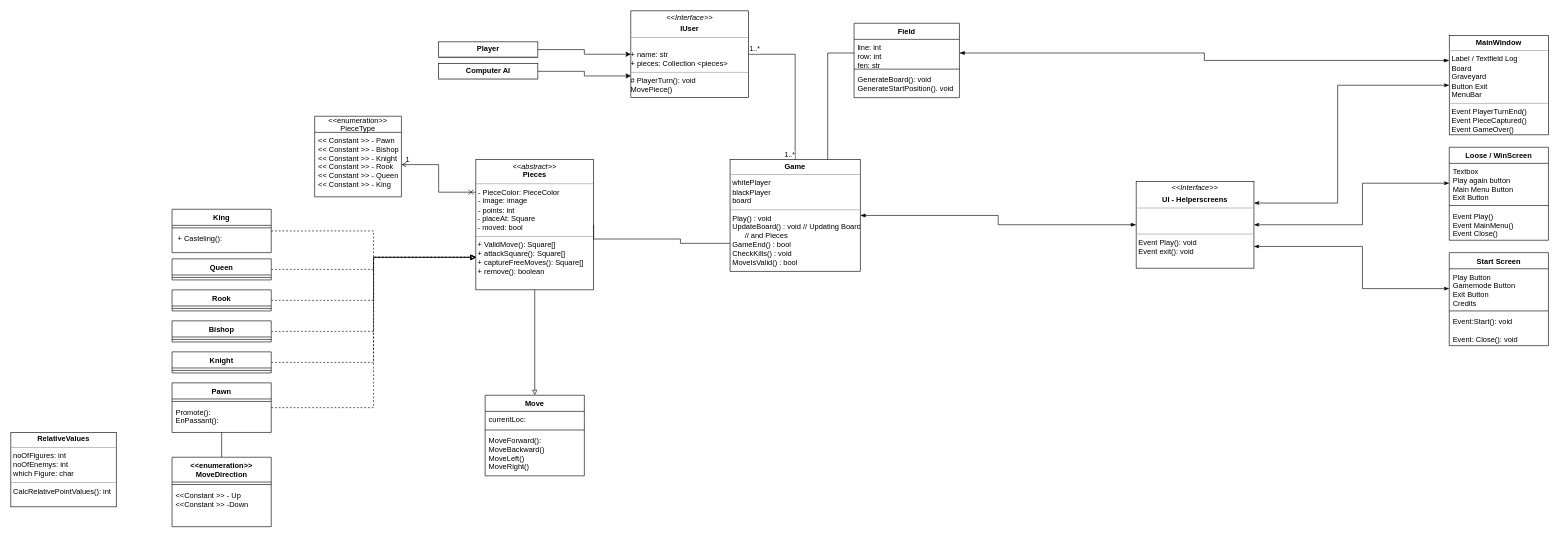
Above: Docs/Unbenanntes Diagramm.drawio in Bl8nk20/Chess (draw.io), before the change. Source tidied: cells renumbered, new cells numbered last; positions are measured from the earlier drawing's top-left corner, leaving out a move shared by most shapes. Both pictures are drawn from the tidied source at 62%, with x=0, y=0 at pixel (11, 11).
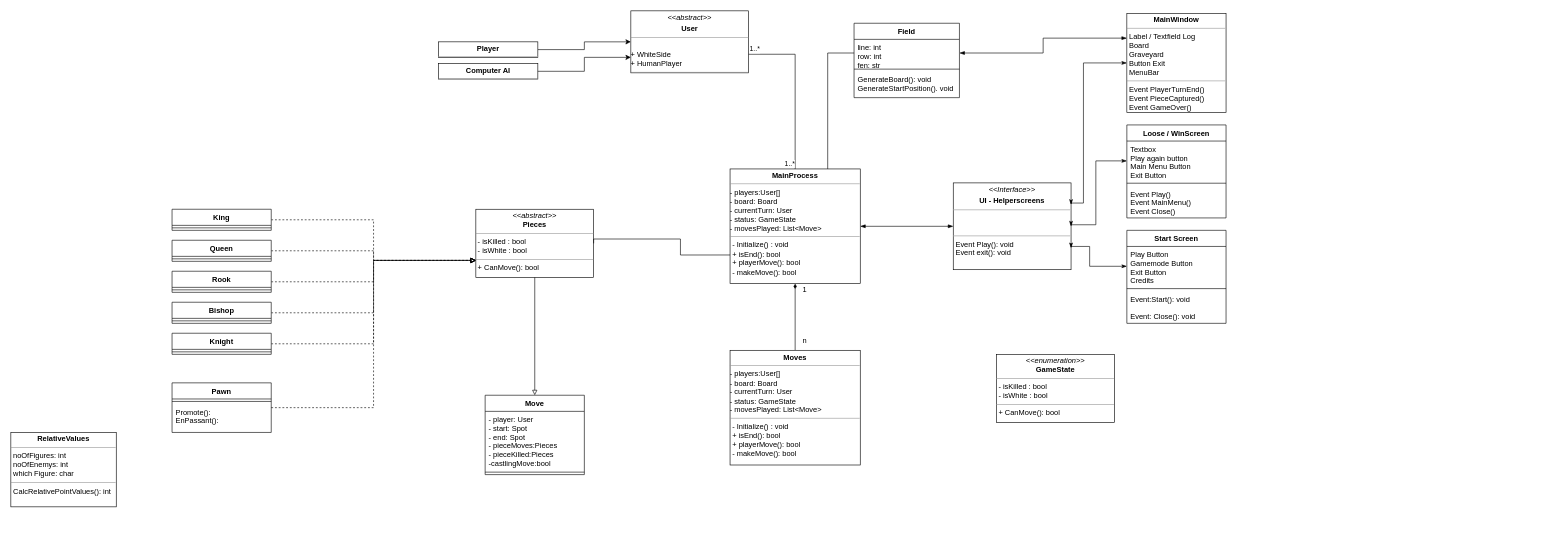
After the change.

The change refers to these unchanged cells:
```xml
<mxCell id="24" value="Pawn" style="swimlane;fontStyle=1;align=center;verticalAlign=top;horizontal=1;startSize=26;" parent="1" vertex="1">
  <mxGeometry x="260" y="600" width="160" height="80" as="geometry" />
</mxCell>
<mxCell id="44" value="Textbox&#10;Play again button&#10;Main Menu Button&#10;Exit Button&#10;" style="text;strokeColor=none;fillColor=none;align=left;verticalAlign=top;spacingLeft=4;spacingRight=4;overflow=hidden;points=[[0,0.5],[1,0.5]];portConstraint=eastwest;" parent="43" vertex="1">
  <mxGeometry y="26" width="160" height="64" as="geometry" />
</mxCell>
<mxCell id="48" value="Play Button&#10;Gamemode Button&#10;Exit Button&#10;Credits&#10;&#10;" style="text;strokeColor=none;fillColor=none;align=left;verticalAlign=top;spacingLeft=4;spacingRight=4;overflow=hidden;points=[[0,0.5],[1,0.5]];portConstraint=eastwest;" parent="47" vertex="1">
  <mxGeometry y="26" width="160" height="64" as="geometry" />
</mxCell>
```

What changed in the source:
```diff
@@
+    <mxCell id="68" style="edgeStyle=orthogonalEdgeStyle;rounded=0;jettySize=auto;html=1;entryX=0.5;entryY=0;entryDx=0;entryDy=0;startArrow=diamondThin;startFill=1;endArrow=none;endFill=0;" parent="1" edge="1" source="2" target="69">
+      <mxGeometry relative="1" as="geometry" />
+    </mxCell>
-    <mxCell id="2" value="&lt;p style=&quot;margin:0px;margin-top:4px;text-align:center;&quot;&gt;&lt;b&gt;Game&lt;/b&gt;&lt;br&gt;&lt;/p&gt;&lt;hr size=&quot;1&quot;&gt;&lt;p style=&quot;margin:0px;margin-left:4px;&quot;&gt;whitePlayer&lt;/p&gt;&lt;p style=&quot;margin:0px;margin-left:4px;&quot;&gt;blackPlayer&lt;/p&gt;&lt;p style=&quot;margin:0px;margin-left:4px;&quot;&gt;board&lt;/p&gt;&lt;hr size=&quot;1&quot;&gt;&lt;p style=&quot;margin:0px;margin-left:4px;&quot;&gt;Play() : void&lt;/p&gt;&lt;p style=&quot;margin:0px;margin-left:4px;&quot;&gt;UpdateBoard() : void // Updating Board &lt;br&gt;&lt;/p&gt;&lt;p style=&quot;margin:0px;margin-left:4px;&quot;&gt;&lt;span style=&quot;white-space: pre;&quot;&gt; &lt;/span&gt;&lt;span style=&quot;white-space: pre;&quot;&gt; &lt;/span&gt;&lt;span style=&quot;white-space: pre;&quot;&gt; &lt;/span&gt;&lt;span style=&quot;white-space: pre;&quot;&gt; &lt;/span&gt;&amp;nbsp; // and Pieces&lt;br&gt;&lt;/p&gt;&lt;p style=&quot;margin:0px;margin-left:4px;&quot;&gt;GameEnd() : bool&lt;/p&gt;&lt;p style=&quot;margin:0px;margin-left:4px;&quot;&gt;CheckKills() : void&lt;/p&gt;&lt;p style=&quot;margin:0px;margin-left:4px;&quot;&gt;MoveIsValid() : bool&lt;br&gt;&lt;/p&gt;" style="verticalAlign=top;align=left;overflow=fill;fontSize=12;fontFamily=Helvetica;html=1;" parent="1" vertex="1">
-      <mxGeometry x="1160" y="240" width="210" height="180" as="geometry" />
+    <mxCell id="2" value="&lt;p style=&quot;margin:0px;margin-top:4px;text-align:center;&quot;&gt;&lt;b&gt;MainProcess&lt;/b&gt;&lt;br&gt;&lt;/p&gt;&lt;hr size=&quot;1&quot;&gt;&lt;div&gt;- players:User[]&lt;/div&gt;&lt;div&gt;- board: Board&lt;/div&gt;&lt;div&gt;- currentTurn: User&lt;/div&gt;&lt;div&gt;- status: GameState&lt;/div&gt;&lt;div&gt;- movesPlayed: List&amp;lt;Move&amp;gt;&lt;br&gt;&lt;/div&gt;&lt;hr size=&quot;1&quot;&gt;&lt;p style=&quot;margin:0px;margin-left:4px;&quot;&gt;- Initialize() : void&lt;/p&gt;&lt;p style=&quot;margin:0px;margin-left:4px;&quot;&gt;+ isEnd(): bool&lt;/p&gt;&lt;p style=&quot;margin:0px;margin-left:4px;&quot;&gt;+ playerMove(): bool&lt;/p&gt;&lt;p style=&quot;margin:0px;margin-left:4px;&quot;&gt;- makeMove(): bool&lt;/p&gt;&lt;p style=&quot;margin:0px;margin-left:4px;&quot;&gt;&lt;br&gt;&lt;/p&gt;" style="verticalAlign=top;align=left;overflow=fill;fontSize=12;fontFamily=Helvetica;html=1;" parent="1" vertex="1">
+      <mxGeometry x="1160" y="255" width="210" height="185" as="geometry" />
     </mxCell>
@@
-    <mxCell id="4" style="edgeStyle=orthogonalEdgeStyle;rounded=0;jettySize=auto;html=1;exitX=0;exitY=0.25;exitDx=0;exitDy=0;entryX=1;entryY=0.5;entryDx=0;entryDy=0;startArrow=cross;startFill=0;endArrow=open;endFill=0;" parent="1" edge="1" source="5" target="63">
-      <mxGeometry relative="1" as="geometry" />
-    </mxCell>
-    <mxCell id="5" value="&lt;p style=&quot;margin:0px;margin-top:4px;text-align:center;&quot;&gt;&lt;i&gt;&amp;lt;&amp;lt;abstract&amp;gt;&amp;gt;&lt;/i&gt;&lt;br&gt;&lt;b&gt;Pieces&lt;/b&gt;&lt;br&gt;&lt;/p&gt;&lt;hr size=&quot;1&quot;&gt;&lt;p style=&quot;margin:0px;margin-left:4px;&quot;&gt;- PieceColor: PieceColor&lt;/p&gt;&lt;p style=&quot;margin:0px;margin-left:4px;&quot;&gt;- image: image&lt;/p&gt;&lt;p style=&quot;margin:0px;margin-left:4px;&quot;&gt;- points: int&lt;/p&gt;&lt;div&gt;&amp;nbsp;- placeAt: Square&lt;/div&gt;&lt;div&gt;&amp;nbsp;- moved: bool&lt;/div&gt;&lt;hr size=&quot;1&quot;&gt;&lt;div&gt;&amp;nbsp;+ ValidMove(): Square[]&lt;br&gt;&lt;/div&gt;&lt;div&gt;&amp;nbsp;+ attackSquare(): Square[]&lt;br&gt;&lt;/div&gt;&lt;div&gt;&amp;nbsp;+ captureFreeMoves(): Square[]&lt;/div&gt;&lt;div&gt;&amp;nbsp;+ remove(): boolean&lt;br&gt;&lt;/div&gt;" style="verticalAlign=top;align=left;overflow=fill;fontSize=12;fontFamily=Helvetica;html=1;" parent="1" vertex="1">
-      <mxGeometry x="750" y="240" width="190" height="210" as="geometry" />
+    <mxCell id="5" value="&lt;p style=&quot;margin:0px;margin-top:4px;text-align:center;&quot;&gt;&lt;i&gt;&amp;lt;&amp;lt;abstract&amp;gt;&amp;gt;&lt;/i&gt;&lt;br&gt;&lt;b&gt;Pieces&lt;/b&gt;&lt;br&gt;&lt;/p&gt;&lt;hr size=&quot;1&quot;&gt;&lt;div&gt;&amp;nbsp;- isKilled : bool&lt;br&gt;&lt;/div&gt;&lt;div&gt;&amp;nbsp;- isWhite : bool&lt;br&gt;&lt;/div&gt;&lt;hr size=&quot;1&quot;&gt;&lt;div&gt;&amp;nbsp;+ CanMove(): bool&lt;br&gt;&lt;/div&gt;" style="verticalAlign=top;align=left;overflow=fill;fontSize=12;fontFamily=Helvetica;html=1;" parent="1" vertex="1">
+      <mxGeometry x="750" y="320" width="190" height="110" as="geometry" />
     </mxCell>
@@
     <mxCell id="7" value="Knight" style="swimlane;fontStyle=1;align=center;verticalAlign=top;horizontal=1;startSize=26;" parent="1" vertex="1">
-      <mxGeometry x="260" y="550" width="160" height="34" as="geometry" />
+      <mxGeometry x="260" y="520" width="160" height="34" as="geometry" />
     </mxCell>
@@
     <mxCell id="10" value="King" style="swimlane;fontStyle=1;align=center;verticalAlign=top;horizontal=1;startSize=26;" parent="1" vertex="1">
-      <mxGeometry x="260" y="320" width="160" height="70" as="geometry" />
+      <mxGeometry x="260" y="320" width="160" height="34" as="geometry" />
     </mxCell>
@@
-    <mxCell id="12" value=" + Casteling():" style="text;strokeColor=none;fillColor=none;align=left;verticalAlign=top;spacingLeft=4;spacingRight=4;overflow=hidden;" parent="10" vertex="1">
-      <mxGeometry y="34" width="160" height="36" as="geometry" />
-    </mxCell>
@@
     <mxCell id="14" value="Queen" style="swimlane;fontStyle=1;align=center;verticalAlign=top;horizontal=1;startSize=26;" parent="1" vertex="1">
-      <mxGeometry x="260" y="400" width="160" height="34" as="geometry" />
+      <mxGeometry x="260" y="370" width="160" height="34" as="geometry" />
     </mxCell>
@@
     <mxCell id="17" value="Rook" style="swimlane;fontStyle=1;align=center;verticalAlign=top;horizontal=1;startSize=26;" parent="1" vertex="1">
-      <mxGeometry x="260" y="450" width="160" height="34" as="geometry" />
+      <mxGeometry x="260" y="420" width="160" height="34" as="geometry" />
     </mxCell>
@@
     <mxCell id="20" value="Bishop" style="swimlane;fontStyle=1;align=center;verticalAlign=top;horizontal=1;startSize=26;" parent="1" vertex="1">
-      <mxGeometry x="260" y="500" width="160" height="34" as="geometry" />
+      <mxGeometry x="260" y="470" width="160" height="34" as="geometry" />
     </mxCell>
@@
-    <mxCell id="23" style="edgeStyle=orthogonalEdgeStyle;rounded=0;jettySize=auto;html=1;startArrow=none;startFill=0;endArrow=none;endFill=0;" parent="1" edge="1" source="24" target="65">
-      <mxGeometry relative="1" as="geometry" />
-    </mxCell>
@@
-    <mxCell id="34" value="&lt;p style=&quot;margin:0px;margin-top:4px;text-align:center;&quot;&gt;&lt;i&gt;&amp;lt;&amp;lt;Interface&amp;gt;&amp;gt;&lt;/i&gt;&lt;b&gt;&lt;br&gt;&lt;/b&gt;&lt;/p&gt;&lt;p style=&quot;margin:0px;margin-top:4px;text-align:center;&quot;&gt;&lt;b&gt;IUser&lt;/b&gt;&lt;/p&gt;&lt;hr size=&quot;1&quot;&gt;&lt;br&gt;&lt;b&gt;&lt;/b&gt;&lt;div&gt;+ name: str&lt;/div&gt;+ pieces: Collection &amp;lt;pieces&amp;gt;&lt;hr size=&quot;1&quot;&gt;&lt;div&gt;# PlayerTurn(): void&lt;/div&gt;&lt;div&gt;MovePiece()&lt;br&gt;&lt;/div&gt;" style="verticalAlign=top;align=left;overflow=fill;fontSize=12;fontFamily=Helvetica;html=1;" parent="1" vertex="1">
-      <mxGeometry x="1000" width="190" height="140" as="geometry" />
+    <mxCell id="34" value="&lt;p style=&quot;margin:0px;margin-top:4px;text-align:center;&quot;&gt;&lt;i&gt;&amp;lt;&amp;lt;abstract&amp;gt;&amp;gt;&lt;/i&gt;&lt;b&gt;&lt;br&gt;&lt;/b&gt;&lt;/p&gt;&lt;p style=&quot;margin:0px;margin-top:4px;text-align:center;&quot;&gt;&lt;b&gt;User&lt;/b&gt;&lt;/p&gt;&lt;hr size=&quot;1&quot;&gt;&lt;br&gt;&lt;b&gt;&lt;/b&gt;&lt;div&gt;+ WhiteSide&lt;/div&gt;&lt;div&gt;+ HumanPlayer&lt;/div&gt;&lt;hr size=&quot;1&quot;&gt;" style="verticalAlign=top;align=left;overflow=fill;fontSize=12;fontFamily=Helvetica;html=1;" parent="1" vertex="1">
+      <mxGeometry x="1000" width="190" height="100" as="geometry" />
     </mxCell>
@@
     <mxCell id="40" value="&lt;p style=&quot;margin:0px;margin-top:4px;text-align:center;&quot;&gt;&lt;i&gt;&amp;lt;&amp;lt;Interface&amp;gt;&amp;gt;&lt;/i&gt;&lt;/p&gt;&lt;p style=&quot;margin:0px;margin-top:4px;text-align:center;&quot;&gt;&lt;b&gt;UI - Helperscreens&lt;/b&gt;&lt;br&gt;&lt;/p&gt;&lt;hr size=&quot;1&quot;&gt;&lt;p style=&quot;margin:0px;margin-left:4px;&quot;&gt;&lt;br&gt;&lt;br&gt;&lt;/p&gt;&lt;hr size=&quot;1&quot;&gt;&lt;p style=&quot;margin:0px;margin-left:4px;&quot;&gt;Event Play(): void&lt;/p&gt;&lt;p style=&quot;margin:0px;margin-left:4px;&quot;&gt;Event exit(): void&lt;br&gt;&lt;/p&gt;" style="verticalAlign=top;align=left;overflow=fill;fontSize=12;fontFamily=Helvetica;html=1;" parent="1" vertex="1">
-      <mxGeometry x="1815" y="275" width="190" height="140" as="geometry" />
+      <mxGeometry x="1520" y="277.5" width="190" height="140" as="geometry" />
     </mxCell>
     <mxCell id="41" style="edgeStyle=orthogonalEdgeStyle;rounded=0;jettySize=auto;html=1;entryX=1;entryY=0.25;entryDx=0;entryDy=0;strokeColor=#000000;startArrow=classicThin;startFill=1;endArrow=classicThin;endFill=1;exitX=0;exitY=0.5;exitDx=0;exitDy=0;" parent="1" edge="1" source="42" target="40">
       <mxGeometry relative="1" as="geometry">
         <Array as="points">
-          <mxPoint x="2140" y="120" />
-          <mxPoint x="2140" y="310" />
+          <mxPoint x="1730" y="84" />
+          <mxPoint x="1730" y="310" />
+          <mxPoint x="1710" y="310" />
         </Array>
       </mxGeometry>
     </mxCell>
     <mxCell id="42" value="&lt;p style=&quot;margin:0px;margin-top:4px;text-align:center;&quot;&gt;&lt;b&gt;MainWindow&lt;/b&gt;&lt;/p&gt;&lt;hr size=&quot;1&quot;&gt;&lt;p style=&quot;margin:0px;margin-left:4px;&quot;&gt;Label / Textfield Log&lt;/p&gt;&lt;p style=&quot;margin:0px;margin-left:4px;&quot;&gt;Board&lt;/p&gt;&lt;p style=&quot;margin:0px;margin-left:4px;&quot;&gt;Graveyard&lt;/p&gt;&lt;p style=&quot;margin:0px;margin-left:4px;&quot;&gt;Button Exit&lt;/p&gt;&lt;p style=&quot;margin:0px;margin-left:4px;&quot;&gt;MenuBar&lt;br&gt;&lt;/p&gt;&lt;hr size=&quot;1&quot;&gt;&lt;p style=&quot;margin:0px;margin-left:4px;&quot;&gt;Event PlayerTurnEnd()&lt;/p&gt;&lt;p style=&quot;margin:0px;margin-left:4px;&quot;&gt;Event PieceCaptured()&lt;/p&gt;&lt;p style=&quot;margin:0px;margin-left:4px;&quot;&gt;Event GameOver()&lt;br&gt;&lt;/p&gt;&lt;p style=&quot;margin:0px;margin-left:4px;&quot;&gt;&lt;br&gt;&lt;/p&gt;" style="verticalAlign=top;align=left;overflow=fill;fontSize=12;fontFamily=Helvetica;html=1;" parent="1" vertex="1">
-      <mxGeometry x="2320" y="40" width="160" height="160" as="geometry" />
+      <mxGeometry x="1800" y="4" width="160" height="160" as="geometry" />
     </mxCell>
     <mxCell id="43" value="Loose / WinScreen" style="swimlane;fontStyle=1;align=center;verticalAlign=top;horizontal=1;startSize=26;" parent="1" vertex="1">
-      <mxGeometry x="2320" y="220" width="160" height="150" as="geometry" />
+      <mxGeometry x="1800" y="184" width="160" height="150" as="geometry" />
     </mxCell>
@@
     <mxCell id="47" value="Start Screen" style="swimlane;fontStyle=1;align=center;verticalAlign=top;horizontal=1;startSize=26;" parent="1" vertex="1">
-      <mxGeometry x="2320" y="390" width="160" height="150" as="geometry" />
+      <mxGeometry x="1800" y="354" width="160" height="150" as="geometry" />
     </mxCell>
@@
     <mxCell id="52" style="edgeStyle=orthogonalEdgeStyle;rounded=0;jettySize=auto;html=1;exitX=0;exitY=0.5;exitDx=0;exitDy=0;entryX=1;entryY=0.75;entryDx=0;entryDy=0;strokeColor=#000000;startArrow=classicThin;startFill=1;endArrow=classicThin;endFill=1;" parent="1" edge="1" source="48" target="40">
       <mxGeometry relative="1" as="geometry">
         <Array as="points">
-          <mxPoint x="2180" y="448" />
-          <mxPoint x="2180" y="380" />
+          <mxPoint x="1740" y="412" />
+          <mxPoint x="1740" y="380" />
+          <mxPoint x="1710" y="380" />
         </Array>
       </mxGeometry>
     </mxCell>
     <mxCell id="53" style="edgeStyle=orthogonalEdgeStyle;rounded=0;jettySize=auto;html=1;exitX=1;exitY=0.5;exitDx=0;exitDy=0;strokeColor=#000000;startArrow=classicThin;startFill=1;endArrow=classicThin;endFill=1;entryX=0;entryY=0.5;entryDx=0;entryDy=0;" parent="1" edge="1" source="40" target="44">
       <mxGeometry relative="1" as="geometry">
         <Array as="points">
-          <mxPoint x="2180" y="345" />
-          <mxPoint x="2180" y="278" />
+          <mxPoint x="1710" y="345" />
+          <mxPoint x="1750" y="345" />
+          <mxPoint x="1750" y="242" />
         </Array>
       </mxGeometry>
     </mxCell>
@@
     <mxCell id="55" value="Move" style="swimlane;fontStyle=1;align=center;verticalAlign=top;horizontal=1;startSize=26;" parent="1" vertex="1">
-      <mxGeometry x="765" y="620" width="160" height="130" as="geometry" />
+      <mxGeometry x="765" y="620" width="160" height="128" as="geometry" />
     </mxCell>
-    <mxCell id="56" value="currentLoc: " style="text;strokeColor=none;fillColor=none;align=left;verticalAlign=top;spacingLeft=4;spacingRight=4;overflow=hidden;" parent="55" vertex="1">
-      <mxGeometry y="26" width="160" height="26" as="geometry" />
+    <mxCell id="56" value="- player: User&#10;- start: Spot&#10;- end: Spot&#10;- pieceMoves:Pieces&#10;- pieceKilled:Pieces&#10;-castlingMove:bool&#10;" style="text;strokeColor=none;fillColor=none;align=left;verticalAlign=top;spacingLeft=4;spacingRight=4;overflow=hidden;" parent="55" vertex="1">
+      <mxGeometry y="26" width="160" height="94" as="geometry" />
     </mxCell>
     <mxCell id="57" style="line;strokeWidth=1;fillColor=none;align=left;verticalAlign=middle;spacingTop=-1;spacingLeft=3;spacingRight=3;labelPosition=right;strokeColor=inherit;" parent="55" vertex="1">
-      <mxGeometry y="52" width="160" height="8" as="geometry" />
+      <mxGeometry y="120" width="160" height="8" as="geometry" />
     </mxCell>
-    <mxCell id="58" value="MoveForward():&#10;MoveBackward()&#10;MoveLeft()&#10;MoveRight()&#10;" style="text;strokeColor=none;fillColor=none;align=left;verticalAlign=top;spacingLeft=4;spacingRight=4;overflow=hidden;" parent="55" vertex="1">
-      <mxGeometry y="60" width="160" height="70" as="geometry" />
-    </mxCell>
@@
-    <mxCell id="62" value="&lt;&lt;enumeration&gt;&gt;&#10;PieceType" style="swimlane;fontStyle=0;horizontal=1;startSize=26;fillColor=none;" parent="1" vertex="1">
-      <mxGeometry x="490" y="170" width="140" height="130" as="geometry" />
-    </mxCell>
-    <mxCell id="63" value="&lt;&lt; Constant &gt;&gt; - Pawn&#10;&lt;&lt; Constant &gt;&gt; - Bishop&#10;&lt;&lt; Constant &gt;&gt; - Knight&#10;&lt;&lt; Constant &gt;&gt; - Rook&#10;&lt;&lt; Constant &gt;&gt; - Queen&#10;&lt;&lt; Constant &gt;&gt; - King&#10;" style="text;strokeColor=none;fillColor=none;align=left;verticalAlign=top;spacingLeft=4;spacingRight=4;overflow=hidden;points=[[0,0.5],[1,0.5]];portConstraint=eastwest;" parent="62" vertex="1">
-      <mxGeometry y="26" width="140" height="104" as="geometry" />
-    </mxCell>
+    <mxCell id="69" value="&lt;p style=&quot;margin:0px;margin-top:4px;text-align:center;&quot;&gt;&lt;b&gt;Moves&lt;/b&gt;&lt;br&gt;&lt;/p&gt;&lt;hr size=&quot;1&quot;&gt;&lt;div&gt;- players:User[]&lt;/div&gt;&lt;div&gt;- board: Board&lt;/div&gt;&lt;div&gt;- currentTurn: User&lt;/div&gt;&lt;div&gt;- status: GameState&lt;/div&gt;&lt;div&gt;- movesPlayed: List&amp;lt;Move&amp;gt;&lt;br&gt;&lt;/div&gt;&lt;hr size=&quot;1&quot;&gt;&lt;p style=&quot;margin:0px;margin-left:4px;&quot;&gt;- Initialize() : void&lt;/p&gt;&lt;p style=&quot;margin:0px;margin-left:4px;&quot;&gt;+ isEnd(): bool&lt;/p&gt;&lt;p style=&quot;margin:0px;margin-left:4px;&quot;&gt;+ playerMove(): bool&lt;/p&gt;&lt;p style=&quot;margin:0px;margin-left:4px;&quot;&gt;- makeMove(): bool&lt;/p&gt;&lt;p style=&quot;margin:0px;margin-left:4px;&quot;&gt;&lt;br&gt;&lt;/p&gt;" style="verticalAlign=top;align=left;overflow=fill;fontSize=12;fontFamily=Helvetica;html=1;" parent="1" vertex="1">
+      <mxGeometry x="1160" y="547.5" width="210" height="185" as="geometry" />
+    </mxCell>
+    <mxCell id="70" value="&lt;p style=&quot;margin:0px;margin-top:4px;text-align:center;&quot;&gt;&lt;i&gt;&amp;lt;&amp;lt;enumeration&amp;gt;&amp;gt;&lt;/i&gt;&lt;br&gt;&lt;b&gt;GameState&lt;/b&gt;&lt;br&gt;&lt;/p&gt;&lt;hr size=&quot;1&quot;&gt;&lt;div&gt;&amp;nbsp;- isKilled : bool&lt;br&gt;&lt;/div&gt;&lt;div&gt;&amp;nbsp;- isWhite : bool&lt;br&gt;&lt;/div&gt;&lt;hr size=&quot;1&quot;&gt;&lt;div&gt;&amp;nbsp;+ CanMove(): bool&lt;br&gt;&lt;/div&gt;" style="verticalAlign=top;align=left;overflow=fill;fontSize=12;fontFamily=Helvetica;html=1;" parent="1" vertex="1">
+      <mxGeometry x="1590" y="554" width="190" height="110" as="geometry" />
+    </mxCell>
     <mxCell id="64" value="1" style="text;html=1;align=center;verticalAlign=middle;strokeColor=none;fillColor=none;" parent="1" vertex="1">
-      <mxGeometry x="625" y="225" width="30" height="30" as="geometry" />
+      <mxGeometry x="1265" y="435" width="30" height="30" as="geometry" />
     </mxCell>
-    <mxCell id="65" value="&lt;&lt;enumeration&gt;&gt;&#10;MoveDirection&#10;" style="swimlane;fontStyle=1;align=center;verticalAlign=top;horizontal=1;startSize=40;" parent="1" vertex="1">
-      <mxGeometry x="260" y="720" width="160" height="112" as="geometry" />
-    </mxCell>
-    <mxCell id="66" style="line;strokeWidth=1;fillColor=none;align=left;verticalAlign=middle;spacingTop=-1;spacingLeft=3;spacingRight=3;labelPosition=right;strokeColor=inherit;" parent="65" vertex="1">
-      <mxGeometry y="40" width="160" height="8" as="geometry" />
-    </mxCell>
-    <mxCell id="67" value="&lt;&lt;Constant &gt;&gt; - Up&#10;&lt;&lt;Constant &gt;&gt; -Down&#10;" style="text;strokeColor=none;fillColor=none;align=left;verticalAlign=top;spacingLeft=4;spacingRight=4;overflow=hidden;" parent="65" vertex="1">
-      <mxGeometry y="48" width="160" height="64" as="geometry" />
-    </mxCell>
+    <mxCell id="71" value="n" style="text;html=1;align=center;verticalAlign=middle;strokeColor=none;fillColor=none;" parent="1" vertex="1">
+      <mxGeometry x="1265" y="517.5" width="30" height="30" as="geometry" />
+    </mxCell>
```
